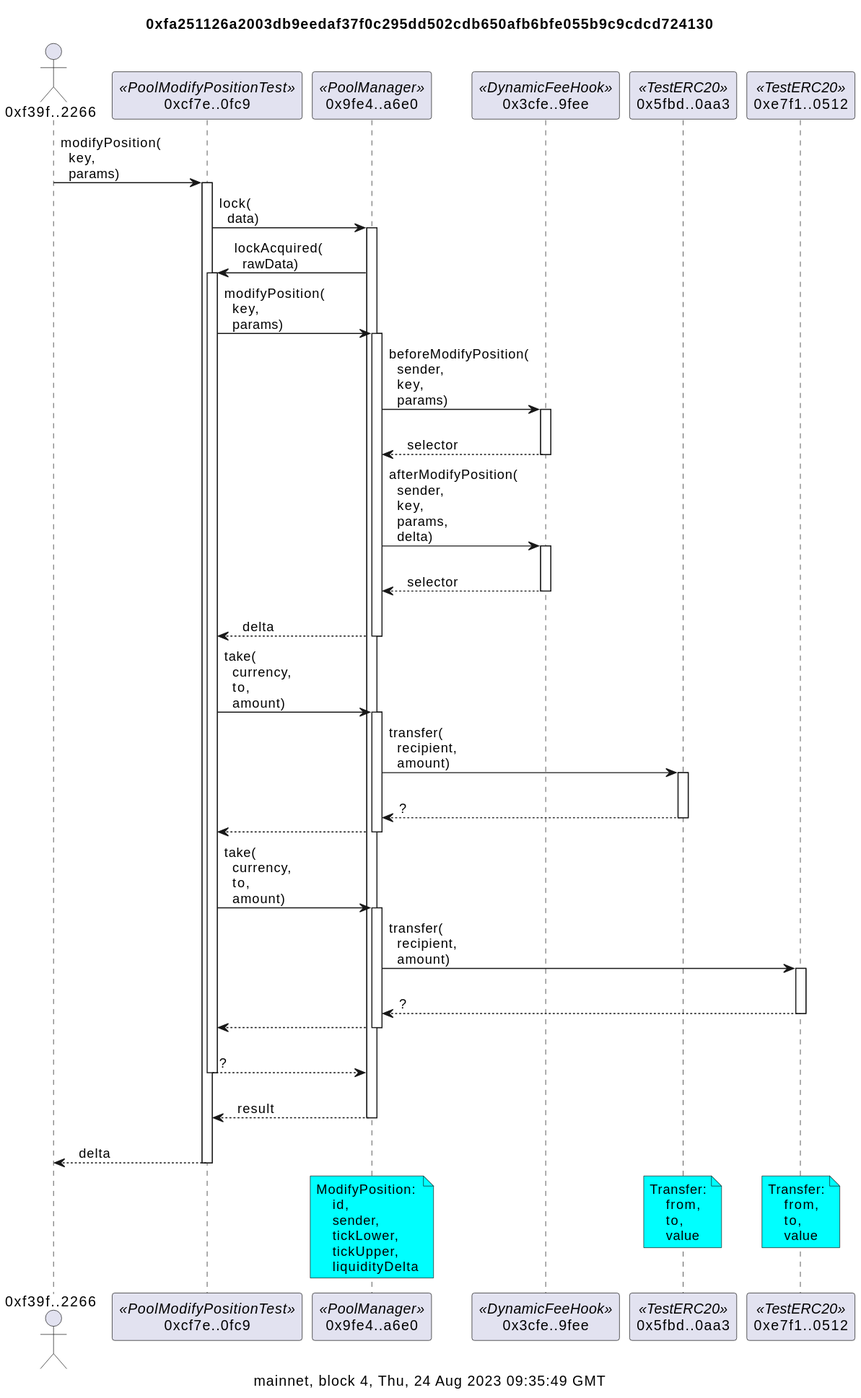
Earlier version of the PlantUML export docs/dynamicFeeWithdrawSummary.svg (naddison36/uniswap-v4-hooks). The source it was exported from:
```plantuml
@startuml
title 0xfa251126a2003db9eedaf37f0c295dd502cdb650afb6bfe055b9c9cdcd724130

caption mainnet, block 4, Thu, 24 Aug 2023 09:35:49 GMT
actor "0xf39f..2266" as f39f2266
participant "0xcf7e..0fc9" as cf7e0fc9 <<PoolModifyPositionTest>>
participant "0x9fe4..a6e0" as 9fe4a6e0 <<PoolManager>>
participant "0x3cfe..9fee" as 3cfe9fee <<DynamicFeeHook>>
participant "0x5fbd..0aa3" as 5fbd0aa3 <<TestERC20>>
participant "0xe7f1..0512" as e7f10512 <<TestERC20>>

f39f2266 -> cf7e0fc9: modifyPosition(\n  key,\n  params)
activate cf7e0fc9
cf7e0fc9 -> 9fe4a6e0: lock(\n  data)
activate 9fe4a6e0
9fe4a6e0 -> cf7e0fc9: lockAcquired(\n  rawData)
activate cf7e0fc9
cf7e0fc9 -> 9fe4a6e0: modifyPosition(\n  key,\n  params)
activate 9fe4a6e0
9fe4a6e0 -> 3cfe9fee: beforeModifyPosition(\n  sender,\n  key,\n  params)
activate 3cfe9fee
return\n  selector
9fe4a6e0 -> 3cfe9fee: afterModifyPosition(\n  sender,\n  key,\n  params,\n  delta)
activate 3cfe9fee
return\n  selector
return\n  delta
cf7e0fc9 -> 9fe4a6e0: take(\n  currency,\n  to,\n  amount)
activate 9fe4a6e0
9fe4a6e0 -> 5fbd0aa3: transfer(\n  recipient,\n  amount)
activate 5fbd0aa3
return\n?
return
cf7e0fc9 -> 9fe4a6e0: take(\n  currency,\n  to,\n  amount)
activate 9fe4a6e0
9fe4a6e0 -> e7f10512: transfer(\n  recipient,\n  amount)
activate e7f10512
return\n?
return
return\n?
return\n  result
return\n  delta

note over 9fe4a6e0 #aqua
ModifyPosition:
    id,
    sender,
    tickLower,
    tickUpper,
    liquidityDelta
end note

/ note over 5fbd0aa3 #aqua
Transfer:
    from,
    to,
    value
end note

/ note over e7f10512 #aqua
Transfer:
    from,
    to,
    value
end note
@enduml
```
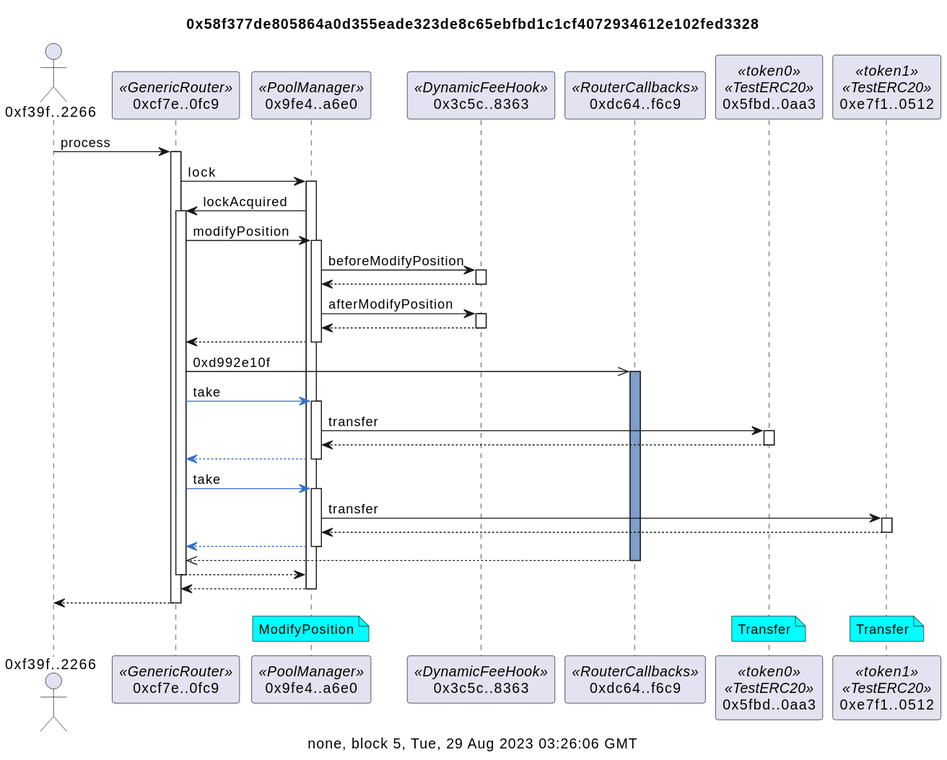
Above is the later version.

Diff of the diagram source:
```diff
@@ -1,65 +1,58 @@
 @startuml
-title 0xfa251126a2003db9eedaf37f0c295dd502cdb650afb6bfe055b9c9cdcd724130
+title 0x58f377de805864a0d355eade323de8c65ebfbd1c1cf4072934612e102fed3328
 
-caption mainnet, block 4, Thu, 24 Aug 2023 09:35:49 GMT
+caption none, block 5, Tue, 29 Aug 2023 03:26:06 GMT
 actor "0xf39f..2266" as f39f2266
-participant "0xcf7e..0fc9" as cf7e0fc9 <<PoolModifyPositionTest>>
+participant "0xcf7e..0fc9" as cf7e0fc9 <<GenericRouter>>
 participant "0x9fe4..a6e0" as 9fe4a6e0 <<PoolManager>>
-participant "0x3cfe..9fee" as 3cfe9fee <<DynamicFeeHook>>
-participant "0x5fbd..0aa3" as 5fbd0aa3 <<TestERC20>>
-participant "0xe7f1..0512" as e7f10512 <<TestERC20>>
+participant "0x3c5c..8363" as 3c5c8363 <<DynamicFeeHook>>
+participant "0xdc64..f6c9" as dc64f6c9 <<RouterCallbacks>>
+participant "0x5fbd..0aa3" as 5fbd0aa3 <<token0>><<TestERC20>>
+participant "0xe7f1..0512" as e7f10512 <<token1>><<TestERC20>>
 
-f39f2266 -> cf7e0fc9: modifyPosition(\n  key,\n  params)
+f39f2266 -> cf7e0fc9: process
 activate cf7e0fc9
-cf7e0fc9 -> 9fe4a6e0: lock(\n  data)
+cf7e0fc9 -> 9fe4a6e0: lock
 activate 9fe4a6e0
-9fe4a6e0 -> cf7e0fc9: lockAcquired(\n  rawData)
+9fe4a6e0 -> cf7e0fc9: lockAcquired
 activate cf7e0fc9
-cf7e0fc9 -> 9fe4a6e0: modifyPosition(\n  key,\n  params)
+cf7e0fc9 -> 9fe4a6e0: modifyPosition
 activate 9fe4a6e0
-9fe4a6e0 -> 3cfe9fee: beforeModifyPosition(\n  sender,\n  key,\n  params)
-activate 3cfe9fee
-return\n  selector
-9fe4a6e0 -> 3cfe9fee: afterModifyPosition(\n  sender,\n  key,\n  params,\n  delta)
-activate 3cfe9fee
-return\n  selector
-return\n  delta
-cf7e0fc9 -> 9fe4a6e0: take(\n  currency,\n  to,\n  amount)
+9fe4a6e0 -> 3c5c8363: beforeModifyPosition
+activate 3c5c8363
+return
+9fe4a6e0 -> 3c5c8363: afterModifyPosition
+activate 3c5c8363
+return
+return
+cf7e0fc9 ->> dc64f6c9: 0xd992e10f
+activate dc64f6c9 #809ECB
+cf7e0fc9 -[#3471CD]> 9fe4a6e0: take
 activate 9fe4a6e0
-9fe4a6e0 -> 5fbd0aa3: transfer(\n  recipient,\n  amount)
+9fe4a6e0 -> 5fbd0aa3: transfer
 activate 5fbd0aa3
-return\n?
 return
-cf7e0fc9 -> 9fe4a6e0: take(\n  currency,\n  to,\n  amount)
+return
+cf7e0fc9 -[#3471CD]> 9fe4a6e0: take
 activate 9fe4a6e0
-9fe4a6e0 -> e7f10512: transfer(\n  recipient,\n  amount)
+9fe4a6e0 -> e7f10512: transfer
 activate e7f10512
-return\n?
 return
-return\n?
-return\n  result
-return\n  delta
+return
+return
+return
+return
+return
 
 note over 9fe4a6e0 #aqua
-ModifyPosition:
-    id,
-    sender,
-    tickLower,
-    tickUpper,
-    liquidityDelta
+ModifyPosition
 end note
 
 / note over 5fbd0aa3 #aqua
-Transfer:
-    from,
-    to,
-    value
+Transfer
 end note
 
 / note over e7f10512 #aqua
-Transfer:
-    from,
-    to,
-    value
+Transfer
 end note
 @enduml
```
